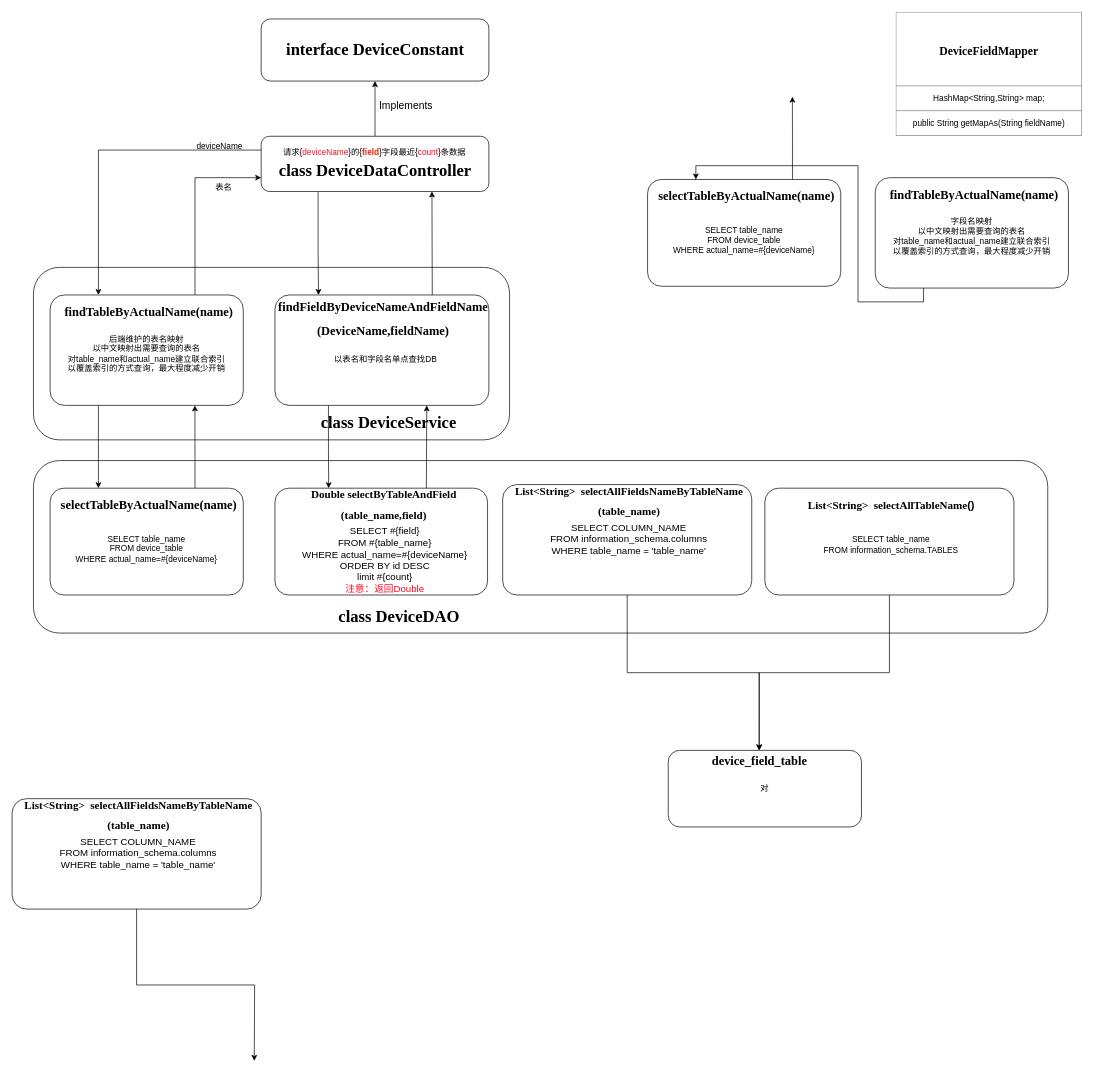
RK-JD/DrawIO keeps this draw.io diagram as 未命名绘图.drawio. Above is the earlier version. Source tidied: cells renumbered, new cells numbered last; positions are measured from the earlier drawing's top-left corner, leaving out a move shared by most shapes. Both pictures are drawn from the tidied source at 69%, with x=0, y=0 at pixel (12, 12).
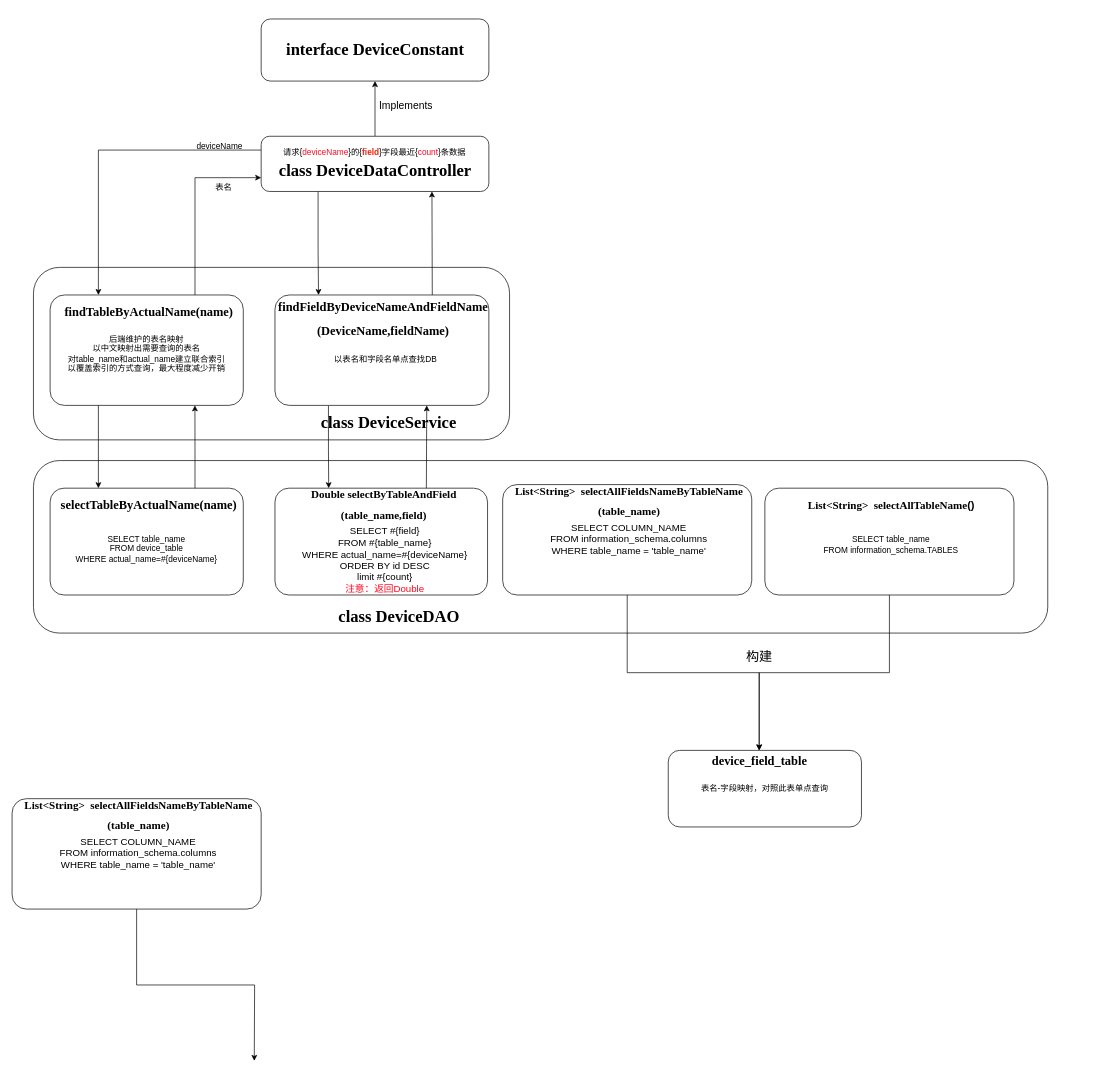
The same page after the edit.

Commit message (it also covers changes not shown here):
更新未命名绘图.drawio

The edit, as a diff of the source:
```diff
@@
-    <mxCell id="4" value="&lt;table border=&quot;1&quot; width=&quot;100%&quot; height=&quot;100%&quot; cellpadding=&quot;4&quot; style=&quot;width:100%;height:100%;border-collapse:collapse;&quot;&gt;&lt;tbody&gt;&lt;tr&gt;&lt;th align=&quot;center&quot;&gt;&lt;h1 style=&quot;border-color: var(--border-color);&quot;&gt;&lt;font style=&quot;border-color: var(--border-color); font-size: 17px;&quot; face=&quot;Times New Roman&quot;&gt;DeviceFieldMapper&lt;/font&gt;&lt;/h1&gt;&lt;/th&gt;&lt;/tr&gt;&lt;tr&gt;&lt;td align=&quot;center&quot;&gt;HashMap&amp;lt;String,String&amp;gt; map;&lt;/td&gt;&lt;/tr&gt;&lt;tr&gt;&lt;td align=&quot;center&quot;&gt;public String getMapAs(String fieldName)&lt;br&gt;&lt;/td&gt;&lt;/tr&gt;&lt;/tbody&gt;&lt;/table&gt;" style="text;html=1;whiteSpace=wrap;strokeColor=none;fillColor=none;overflow=fill;" parent="1" vertex="1">
-      <mxGeometry x="1281" width="270" height="180" as="geometry" />
-    </mxCell>
@@
-    <mxCell id="38" style="group;" parent="1" vertex="1">
-      <mxGeometry x="1251" y="240" width="281.8" height="160" as="geometry" />
-    </mxCell>
-    <mxCell id="39" style="rounded=1;whiteSpace=wrap;html=1;arcSize=13;" parent="38" vertex="1">
-      <mxGeometry width="280" height="160" as="geometry" />
-    </mxCell>
-    <mxCell id="40" value="&lt;h1 style=&quot;border-color: var(--border-color); font-size: 18px;&quot;&gt;&lt;font style=&quot;border-color: var(--border-color); font-size: 18px;&quot; face=&quot;Times New Roman&quot;&gt;findTableByActualName(name)&lt;/font&gt;&lt;/h1&gt;" style="text;html=1;strokeColor=none;fillColor=none;align=center;verticalAlign=middle;whiteSpace=wrap;rounded=0;fontSize=18;" parent="38" vertex="1">
-      <mxGeometry x="5.2" y="10" width="276.5" height="30" as="geometry" />
-    </mxCell>
-    <mxCell id="41" value="字段名映射&lt;br&gt;以中文映射出需要查询的表名&lt;br&gt;对table_name和actual_name建立联合索引&lt;br&gt;以覆盖索引的方式查询，最大程度减少开销" style="text;whiteSpace=wrap;html=1;align=center;" parent="38" vertex="1">
-      <mxGeometry x="5" y="50" width="270" height="80" as="geometry" />
-    </mxCell>
-    <mxCell id="42" style="group;" parent="1" vertex="1">
-      <mxGeometry x="921" y="242.6" width="281.8" height="154.8" as="geometry" />
-    </mxCell>
-    <mxCell id="43" style="rounded=1;whiteSpace=wrap;html=1;arcSize=13;" parent="42" vertex="1">
-      <mxGeometry width="280" height="154.8" as="geometry" />
-    </mxCell>
-    <mxCell id="44" value="&lt;h1 style=&quot;border-color: var(--border-color); font-size: 18px;&quot;&gt;&lt;font style=&quot;border-color: var(--border-color); font-size: 18px;&quot; face=&quot;Times New Roman&quot;&gt;selectTableByActualName(name)&lt;/font&gt;&lt;/h1&gt;" style="text;html=1;strokeColor=none;fillColor=none;align=center;verticalAlign=middle;whiteSpace=wrap;rounded=0;fontSize=18;" parent="42" vertex="1">
-      <mxGeometry x="5.2" y="9.7" width="276.5" height="29" as="geometry" />
-    </mxCell>
-    <mxCell id="45" value="SELECT table_name&lt;br&gt;FROM device_table&lt;br&gt;WHERE actual_name=#{deviceName}" style="text;whiteSpace=wrap;html=1;align=center;" parent="42" vertex="1">
-      <mxGeometry x="5" y="60" width="270" height="77.4" as="geometry" />
-    </mxCell>
-    <mxCell id="46" style="edgeStyle=orthogonalEdgeStyle;rounded=0;jettySize=auto;html=1;exitX=0.75;exitY=0;exitDx=0;exitDy=0;" parent="42" edge="1" source="43">
-      <mxGeometry relative="1" as="geometry">
-        <mxPoint x="209.9" y="-120" as="targetPoint" />
-      </mxGeometry>
-    </mxCell>
-    <mxCell id="47" style="edgeStyle=orthogonalEdgeStyle;rounded=0;jettySize=auto;html=1;exitX=0.25;exitY=1;exitDx=0;exitDy=0;entryX=0.25;entryY=0;entryDx=0;entryDy=0;" parent="1" edge="1" source="39" target="43">
-      <mxGeometry relative="1" as="geometry" />
-    </mxCell>
@@
-    <mxCell id="64" value="对" style="rounded=1;whiteSpace=wrap;html=1;" parent="1" vertex="1">
+    <mxCell id="64" value="表名-字段映射，对照此表单点查询" style="rounded=1;whiteSpace=wrap;html=1;" parent="1" vertex="1">
       <mxGeometry x="951" y="1070" width="280" height="111" as="geometry" />
     </mxCell>
@@
+    <mxCell id="74" value="构建" style="text;html=1;strokeColor=none;fillColor=none;align=center;verticalAlign=middle;whiteSpace=wrap;rounded=0;fontSize=19;" parent="1" vertex="1">
+      <mxGeometry x="1052.8" y="920" width="60" height="30" as="geometry" />
+    </mxCell>
```
